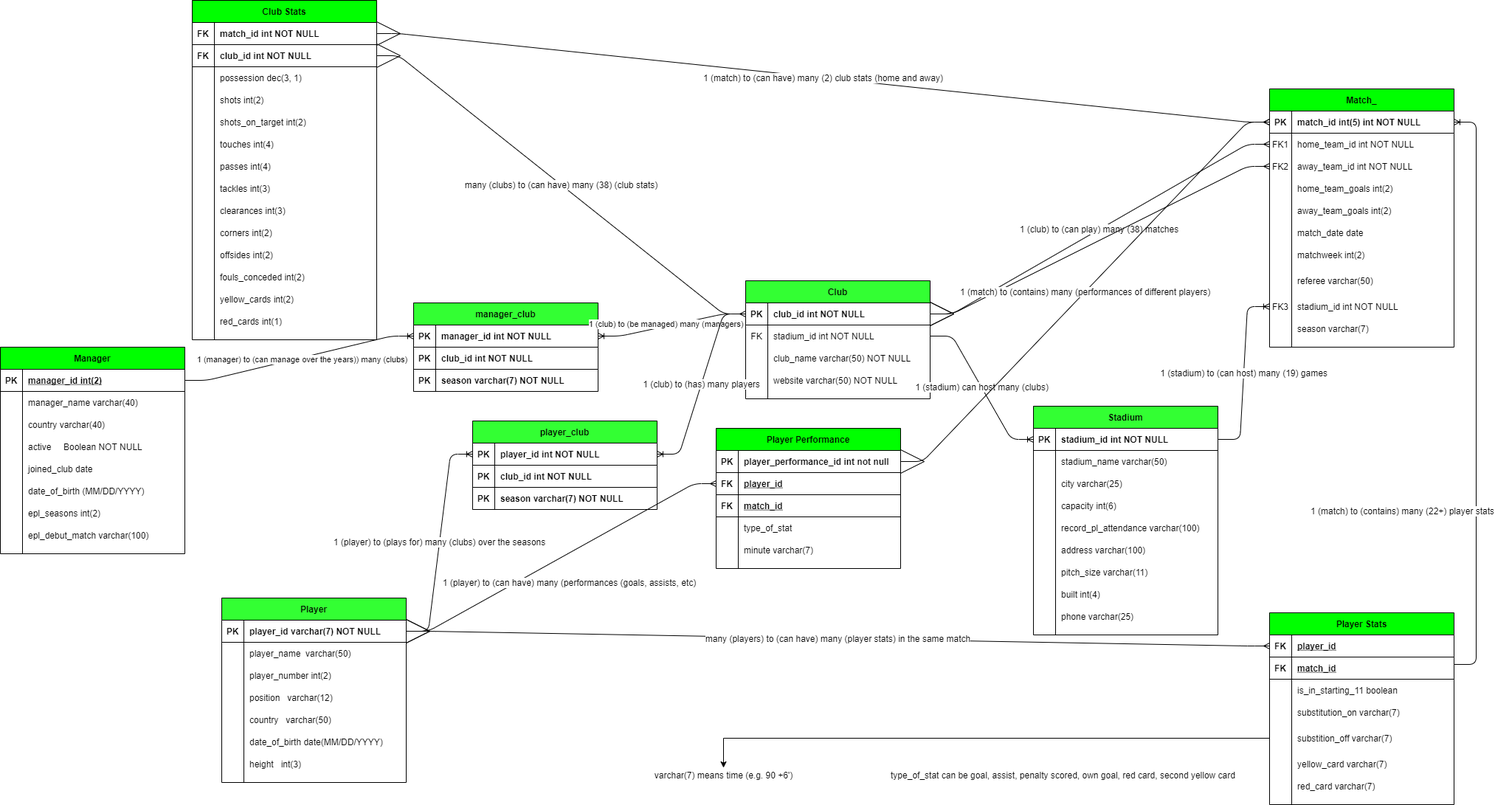
This is Premier League Database Model.png from narekzamanyan97/Scraped-EPL-Data-Into-a-Database, a draw.io export, as it was before one commit. Source tidied: cells renumbered, new cells last; positions are measured from the earlier drawing's top-left corner, leaving out a move shared by most shapes.
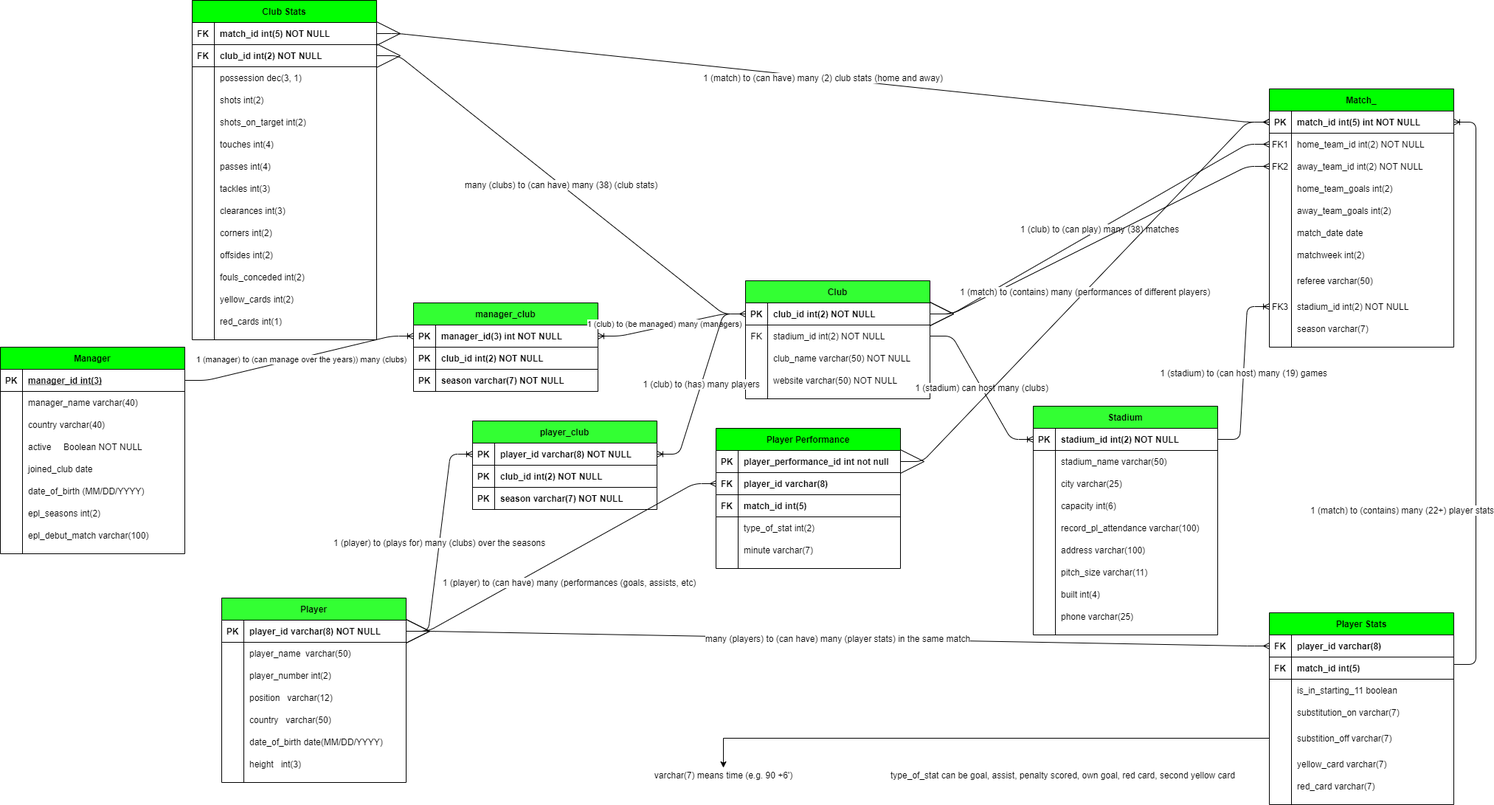
Later version of the same file.

Commit message:
Updated the Scheme based on the most recent mysql commands.

What changed in the source:
```diff
@@ -11,7 +11,7 @@
     <mxCell id="4" value="PK" style="shape=partialRectangle;overflow=hidden;fillColor=none;top=0;left=0;bottom=0;right=0;fontStyle=1;" parent="3" vertex="1">
       <mxGeometry width="30" height="30" as="geometry" />
     </mxCell>
-    <mxCell id="5" value="manager_id int(2)" style="shape=partialRectangle;overflow=hidden;fillColor=none;top=0;left=0;bottom=0;right=0;align=left;spacingLeft=6;fontStyle=5;" parent="3" vertex="1">
+    <mxCell id="5" value="manager_id int(3)" style="shape=partialRectangle;overflow=hidden;fillColor=none;top=0;left=0;bottom=0;right=0;align=left;spacingLeft=6;fontStyle=5;" parent="3" vertex="1">
       <mxGeometry x="30" width="220" height="30" as="geometry" />
     </mxCell>
     <mxCell id="6" style="shape=partialRectangle;fillColor=none;top=0;left=0;right=0;bottom=0;" parent="2" vertex="1">
@@ -95,7 +95,7 @@
     <mxCell id="32" value="FK1" style="shape=partialRectangle;overflow=hidden;fillColor=none;top=0;left=0;bottom=0;right=0;" parent="31" vertex="1">
       <mxGeometry width="30" height="30" as="geometry" />
     </mxCell>
-    <mxCell id="33" value="home_team_id int NOT NULL" style="shape=partialRectangle;overflow=hidden;fillColor=none;top=0;left=0;bottom=0;right=0;align=left;spacingLeft=6;" parent="31" vertex="1">
+    <mxCell id="33" value="home_team_id int(2) NOT NULL" style="shape=partialRectangle;overflow=hidden;fillColor=none;top=0;left=0;bottom=0;right=0;align=left;spacingLeft=6;" parent="31" vertex="1">
       <mxGeometry x="30" width="220" height="30" as="geometry" />
     </mxCell>
     <mxCell id="34" style="shape=partialRectangle;fillColor=none;points=[[0,0.5],[1,0.5]];portConstraint=eastwest;top=0;left=0;right=0;bottom=0;" parent="27" vertex="1">
@@ -104,7 +104,7 @@
     <mxCell id="35" value="FK2" style="shape=partialRectangle;overflow=hidden;fillColor=none;top=0;left=0;bottom=0;right=0;" parent="34" vertex="1">
       <mxGeometry width="30" height="30" as="geometry" />
     </mxCell>
-    <mxCell id="36" value="away_team_id int NOT NULL" style="shape=partialRectangle;overflow=hidden;fillColor=none;top=0;left=0;bottom=0;right=0;align=left;spacingLeft=6;" parent="34" vertex="1">
+    <mxCell id="36" value="away_team_id int(2) NOT NULL" style="shape=partialRectangle;overflow=hidden;fillColor=none;top=0;left=0;bottom=0;right=0;align=left;spacingLeft=6;" parent="34" vertex="1">
       <mxGeometry x="30" width="220" height="30" as="geometry" />
     </mxCell>
     <mxCell id="37" style="shape=partialRectangle;fillColor=none;top=0;left=0;right=0;bottom=0;" parent="27" vertex="1">
@@ -158,7 +158,7 @@
     <mxCell id="53" value="FK3" style="shape=partialRectangle;overflow=hidden;fillColor=none;top=0;left=0;bottom=0;right=0;" parent="52" vertex="1">
       <mxGeometry width="30" height="30" as="geometry" />
     </mxCell>
-    <mxCell id="54" value="stadium_id int NOT NULL" style="shape=partialRectangle;overflow=hidden;fillColor=none;top=0;left=0;bottom=0;right=0;align=left;spacingLeft=6;" parent="52" vertex="1">
+    <mxCell id="54" value="stadium_id int(2) NOT NULL" style="shape=partialRectangle;overflow=hidden;fillColor=none;top=0;left=0;bottom=0;right=0;align=left;spacingLeft=6;" parent="52" vertex="1">
       <mxGeometry x="30" width="220" height="30" as="geometry" />
     </mxCell>
     <mxCell id="55" style="shape=partialRectangle;fillColor=none;top=0;left=0;right=0;bottom=0;" parent="27" vertex="1">
@@ -179,7 +179,7 @@
     <mxCell id="60" value="PK" style="shape=partialRectangle;overflow=hidden;fillColor=none;top=0;left=0;bottom=0;right=0;fontStyle=1;" parent="59" vertex="1">
       <mxGeometry width="30" height="30" as="geometry" />
     </mxCell>
-    <mxCell id="61" value="player_id varchar(7) NOT NULL" style="shape=partialRectangle;overflow=hidden;fillColor=none;top=0;left=0;bottom=0;right=0;align=left;spacingLeft=6;fontStyle=1;" parent="59" vertex="1">
+    <mxCell id="61" value="player_id varchar(8) NOT NULL" style="shape=partialRectangle;overflow=hidden;fillColor=none;top=0;left=0;bottom=0;right=0;align=left;spacingLeft=6;fontStyle=1;" parent="59" vertex="1">
       <mxGeometry x="30" width="220" height="30" as="geometry" />
     </mxCell>
     <mxCell id="62" style="shape=partialRectangle;fillColor=none;top=0;left=0;right=0;bottom=0;" parent="58" vertex="1">
@@ -245,7 +245,7 @@
     <mxCell id="82" value="PK" style="shape=partialRectangle;overflow=hidden;fillColor=none;top=0;left=0;bottom=0;right=0;fontStyle=1;" parent="81" vertex="1">
       <mxGeometry width="30" height="30" as="geometry" />
     </mxCell>
-    <mxCell id="83" value="stadium_id int NOT NULL" style="shape=partialRectangle;overflow=hidden;fillColor=none;top=0;left=0;bottom=0;right=0;align=left;spacingLeft=6;fontStyle=1;" parent="81" vertex="1">
+    <mxCell id="83" value="stadium_id int(2) NOT NULL" style="shape=partialRectangle;overflow=hidden;fillColor=none;top=0;left=0;bottom=0;right=0;align=left;spacingLeft=6;fontStyle=1;" parent="81" vertex="1">
       <mxGeometry x="30" width="220" height="30" as="geometry" />
     </mxCell>
     <mxCell id="84" style="shape=partialRectangle;fillColor=none;top=0;left=0;right=0;bottom=0;" parent="80" vertex="1">
@@ -329,7 +329,7 @@
     <mxCell id="110" value="PK" style="shape=partialRectangle;overflow=hidden;fillColor=none;top=0;left=0;bottom=0;right=0;fontStyle=1;" parent="109" vertex="1">
       <mxGeometry width="30" height="30" as="geometry" />
     </mxCell>
-    <mxCell id="111" value="club_id int NOT NULL" style="shape=partialRectangle;overflow=hidden;fillColor=none;top=0;left=0;bottom=0;right=0;align=left;spacingLeft=6;fontStyle=1;" parent="109" vertex="1">
+    <mxCell id="111" value="club_id int(2) NOT NULL" style="shape=partialRectangle;overflow=hidden;fillColor=none;top=0;left=0;bottom=0;right=0;align=left;spacingLeft=6;fontStyle=1;" parent="109" vertex="1">
       <mxGeometry x="30" width="220" height="30" as="geometry" />
     </mxCell>
     <mxCell id="112" style="shape=partialRectangle;fillColor=none;points=[[0,0.5],[1,0.5]];portConstraint=eastwest;top=0;left=0;right=0;bottom=0;" parent="108" vertex="1">
@@ -338,7 +338,7 @@
     <mxCell id="113" value="FK" style="shape=partialRectangle;overflow=hidden;fillColor=none;top=0;left=0;bottom=0;right=0;" parent="112" vertex="1">
       <mxGeometry width="30" height="30" as="geometry" />
     </mxCell>
-    <mxCell id="114" value="stadium_id int NOT NULL" style="shape=partialRectangle;overflow=hidden;fillColor=none;top=0;left=0;bottom=0;right=0;align=left;spacingLeft=6;" parent="112" vertex="1">
+    <mxCell id="114" value="stadium_id int(2) NOT NULL" style="shape=partialRectangle;overflow=hidden;fillColor=none;top=0;left=0;bottom=0;right=0;align=left;spacingLeft=6;" parent="112" vertex="1">
       <mxGeometry x="30" width="220" height="30" as="geometry" />
     </mxCell>
     <mxCell id="115" style="shape=partialRectangle;fillColor=none;top=0;left=0;right=0;bottom=0;" parent="108" vertex="1">
@@ -368,7 +368,7 @@
     <mxCell id="123" value="FK" style="shape=partialRectangle;overflow=hidden;fillColor=none;top=0;left=0;bottom=0;right=0;fontStyle=1;" parent="122" vertex="1">
       <mxGeometry width="30" height="30" as="geometry" />
     </mxCell>
-    <mxCell id="124" value="player_id" style="shape=partialRectangle;overflow=hidden;fillColor=none;top=0;left=0;bottom=0;right=0;align=left;spacingLeft=6;fontStyle=5;" parent="122" vertex="1">
+    <mxCell id="124" value="player_id varchar(8)" style="shape=partialRectangle;overflow=hidden;fillColor=none;top=0;left=0;bottom=0;right=0;align=left;spacingLeft=6;fontStyle=1;" parent="122" vertex="1">
       <mxGeometry x="30" width="220" height="30" as="geometry" />
     </mxCell>
     <mxCell id="125" style="shape=partialRectangle;fillColor=none;points=[[0,0.5],[1,0.5]];portConstraint=eastwest;top=0;left=0;right=0;bottom=1;" parent="121" vertex="1">
@@ -377,7 +377,7 @@
     <mxCell id="126" value="FK" style="shape=partialRectangle;overflow=hidden;fillColor=none;top=0;left=0;bottom=0;right=0;fontStyle=1;" parent="125" vertex="1">
       <mxGeometry width="30" height="30" as="geometry" />
     </mxCell>
-    <mxCell id="127" value="match_id" style="shape=partialRectangle;overflow=hidden;fillColor=none;top=0;left=0;bottom=0;right=0;align=left;spacingLeft=6;fontStyle=5;" parent="125" vertex="1">
+    <mxCell id="127" value="match_id int(5)" style="shape=partialRectangle;overflow=hidden;fillColor=none;top=0;left=0;bottom=0;right=0;align=left;spacingLeft=6;fontStyle=1;" parent="125" vertex="1">
       <mxGeometry x="30" width="220" height="30" as="geometry" />
     </mxCell>
     <mxCell id="128" style="shape=partialRectangle;fillColor=none;top=0;left=0;right=0;bottom=0;" parent="121" vertex="1">
@@ -434,7 +434,7 @@
     <mxCell id="145" value="FK" style="shape=partialRectangle;overflow=hidden;fillColor=none;top=0;left=0;bottom=0;right=0;fontStyle=1;" parent="144" vertex="1">
       <mxGeometry width="30" height="30" as="geometry" />
     </mxCell>
-    <mxCell id="146" value="match_id int NOT NULL" style="shape=partialRectangle;overflow=hidden;fillColor=none;top=0;left=0;bottom=0;right=0;align=left;spacingLeft=6;fontStyle=1;" parent="144" vertex="1">
+    <mxCell id="146" value="match_id int(5) NOT NULL" style="shape=partialRectangle;overflow=hidden;fillColor=none;top=0;left=0;bottom=0;right=0;align=left;spacingLeft=6;fontStyle=1;" parent="144" vertex="1">
       <mxGeometry x="30" width="220" height="30" as="geometry" />
     </mxCell>
     <mxCell id="147" style="shape=partialRectangle;fillColor=none;points=[[0,0.5],[1,0.5]];portConstraint=eastwest;top=0;left=0;right=0;bottom=1;" parent="143" vertex="1">
@@ -443,7 +443,7 @@
     <mxCell id="148" value="FK" style="shape=partialRectangle;overflow=hidden;fillColor=none;top=0;left=0;bottom=0;right=0;fontStyle=1;" parent="147" vertex="1">
       <mxGeometry width="30" height="30" as="geometry" />
     </mxCell>
-    <mxCell id="149" value="club_id int NOT NULL" style="shape=partialRectangle;overflow=hidden;fillColor=none;top=0;left=0;bottom=0;right=0;align=left;spacingLeft=6;fontStyle=1;" parent="147" vertex="1">
+    <mxCell id="149" value="club_id int(2) NOT NULL" style="shape=partialRectangle;overflow=hidden;fillColor=none;top=0;left=0;bottom=0;right=0;align=left;spacingLeft=6;fontStyle=1;" parent="147" vertex="1">
       <mxGeometry x="30" width="220" height="30" as="geometry" />
     </mxCell>
     <mxCell id="150" style="shape=partialRectangle;fillColor=none;top=0;left=0;right=0;bottom=0;" parent="143" vertex="1">
@@ -602,7 +602,7 @@
     <mxCell id="201" value="FK" style="shape=partialRectangle;overflow=hidden;fillColor=none;top=0;left=0;bottom=0;right=0;fontStyle=1;" parent="200" vertex="1">
       <mxGeometry width="30" height="30" as="geometry" />
     </mxCell>
-    <mxCell id="202" value="player_id" style="shape=partialRectangle;overflow=hidden;fillColor=none;top=0;left=0;bottom=0;right=0;align=left;spacingLeft=6;fontStyle=5;" parent="200" vertex="1">
+    <mxCell id="202" value="player_id varchar(8)" style="shape=partialRectangle;overflow=hidden;fillColor=none;top=0;left=0;bottom=0;right=0;align=left;spacingLeft=6;fontStyle=1;" parent="200" vertex="1">
       <mxGeometry x="30" width="220" height="30" as="geometry" />
     </mxCell>
     <mxCell id="203" style="shape=partialRectangle;fillColor=none;top=0;left=0;right=0;bottom=1;" parent="196" vertex="1">
@@ -611,7 +611,7 @@
     <mxCell id="204" value="FK" style="shape=partialRectangle;overflow=hidden;fillColor=none;top=0;left=0;bottom=0;right=0;fontStyle=1;" parent="203" vertex="1">
       <mxGeometry width="30" height="30" as="geometry" />
     </mxCell>
-    <mxCell id="205" value="match_id" style="shape=partialRectangle;overflow=hidden;fillColor=none;top=0;left=0;bottom=0;right=0;align=left;spacingLeft=6;fontStyle=5;" parent="203" vertex="1">
+    <mxCell id="205" value="match_id int(5)" style="shape=partialRectangle;overflow=hidden;fillColor=none;top=0;left=0;bottom=0;right=0;align=left;spacingLeft=6;fontStyle=1;" parent="203" vertex="1">
       <mxGeometry x="30" width="220" height="30" as="geometry" />
     </mxCell>
     <mxCell id="206" style="shape=partialRectangle;fillColor=none;top=0;left=0;right=0;bottom=0;" parent="196" vertex="1">
@@ -620,7 +620,7 @@
     <mxCell id="207" style="shape=partialRectangle;overflow=hidden;fillColor=none;top=0;left=0;bottom=0;right=0;" parent="206" vertex="1">
       <mxGeometry width="30" height="30" as="geometry" />
     </mxCell>
-    <mxCell id="208" value="type_of_stat " style="shape=partialRectangle;overflow=hidden;fillColor=none;top=0;left=0;bottom=0;right=0;align=left;spacingLeft=6;" parent="206" vertex="1">
+    <mxCell id="208" value="type_of_stat int(2)" style="shape=partialRectangle;overflow=hidden;fillColor=none;top=0;left=0;bottom=0;right=0;align=left;spacingLeft=6;" parent="206" vertex="1">
       <mxGeometry x="30" width="220" height="30" as="geometry" />
     </mxCell>
     <mxCell id="209" style="shape=partialRectangle;fillColor=none;top=0;left=0;right=0;bottom=0;" parent="196" vertex="1">
@@ -652,7 +652,7 @@
     <mxCell id="217" value="PK" style="shape=partialRectangle;overflow=hidden;fillColor=none;top=0;left=0;bottom=0;right=0;fontStyle=1;" parent="216" vertex="1">
       <mxGeometry width="30" height="30" as="geometry" />
     </mxCell>
-    <mxCell id="218" value="player_id int NOT NULL" style="shape=partialRectangle;overflow=hidden;fillColor=none;top=0;left=0;bottom=0;right=0;align=left;spacingLeft=6;fontStyle=1;" parent="216" vertex="1">
+    <mxCell id="218" value="player_id varchar(8) NOT NULL" style="shape=partialRectangle;overflow=hidden;fillColor=none;top=0;left=0;bottom=0;right=0;align=left;spacingLeft=6;fontStyle=1;" parent="216" vertex="1">
       <mxGeometry x="30" width="220" height="30" as="geometry" />
     </mxCell>
     <mxCell id="219" style="shape=partialRectangle;fillColor=none;top=0;left=0;right=0;bottom=1;" parent="215" vertex="1">
@@ -661,7 +661,7 @@
     <mxCell id="220" value="PK" style="shape=partialRectangle;overflow=hidden;fillColor=none;top=0;left=0;bottom=0;right=0;fontStyle=1;" parent="219" vertex="1">
       <mxGeometry width="30" height="30" as="geometry" />
     </mxCell>
-    <mxCell id="221" value="club_id int NOT NULL" style="shape=partialRectangle;overflow=hidden;fillColor=none;top=0;left=0;bottom=0;right=0;align=left;spacingLeft=6;fontStyle=1;" parent="219" vertex="1">
+    <mxCell id="221" value="club_id int(2) NOT NULL" style="shape=partialRectangle;overflow=hidden;fillColor=none;top=0;left=0;bottom=0;right=0;align=left;spacingLeft=6;fontStyle=1;" parent="219" vertex="1">
       <mxGeometry x="30" width="220" height="30" as="geometry" />
     </mxCell>
     <mxCell id="222" style="shape=partialRectangle;fillColor=none;top=0;left=0;right=0;bottom=1;" parent="215" vertex="1">
@@ -682,7 +682,7 @@
     <mxCell id="227" value="PK" style="shape=partialRectangle;overflow=hidden;fillColor=none;top=0;left=0;bottom=0;right=0;fontStyle=1;" parent="226" vertex="1">
       <mxGeometry width="30" height="30" as="geometry" />
     </mxCell>
-    <mxCell id="228" value="manager_id int NOT NULL" style="shape=partialRectangle;overflow=hidden;fillColor=none;top=0;left=0;bottom=0;right=0;align=left;spacingLeft=6;fontStyle=1;" parent="226" vertex="1">
+    <mxCell id="228" value="manager_id(3) int NOT NULL" style="shape=partialRectangle;overflow=hidden;fillColor=none;top=0;left=0;bottom=0;right=0;align=left;spacingLeft=6;fontStyle=1;" parent="226" vertex="1">
       <mxGeometry x="30" width="220" height="30" as="geometry" />
     </mxCell>
     <mxCell id="229" style="shape=partialRectangle;fillColor=none;top=0;left=0;right=0;bottom=1;" parent="225" vertex="1">
@@ -691,7 +691,7 @@
     <mxCell id="230" value="PK" style="shape=partialRectangle;overflow=hidden;fillColor=none;top=0;left=0;bottom=0;right=0;fontStyle=1;" parent="229" vertex="1">
       <mxGeometry width="30" height="30" as="geometry" />
     </mxCell>
-    <mxCell id="231" value="club_id int NOT NULL" style="shape=partialRectangle;overflow=hidden;fillColor=none;top=0;left=0;bottom=0;right=0;align=left;spacingLeft=6;fontStyle=1;" parent="229" vertex="1">
+    <mxCell id="231" value="club_id int(2) NOT NULL" style="shape=partialRectangle;overflow=hidden;fillColor=none;top=0;left=0;bottom=0;right=0;align=left;spacingLeft=6;fontStyle=1;" parent="229" vertex="1">
       <mxGeometry x="30" width="220" height="30" as="geometry" />
     </mxCell>
     <mxCell id="232" style="shape=partialRectangle;fillColor=none;top=0;left=0;right=0;bottom=1;" parent="225" vertex="1">
```
